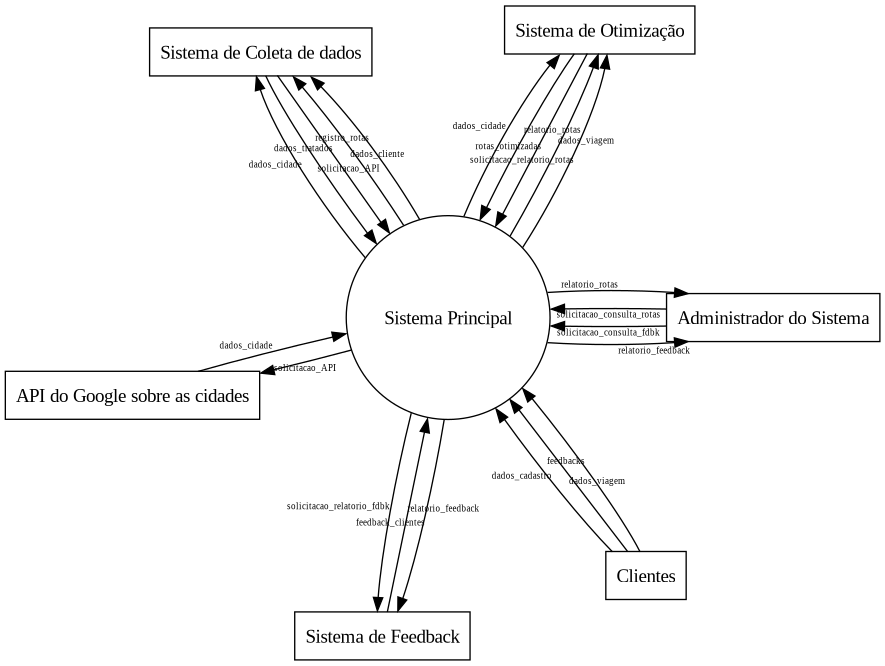
Earlier version of the Graphviz export Relatório/Semana-1/Diagramas/DFD0.png (pedrodilallo/site_turismo_SIG). Its source is kept beside it as Relatório/Semana-1/Diagramas/DFD0.gv.
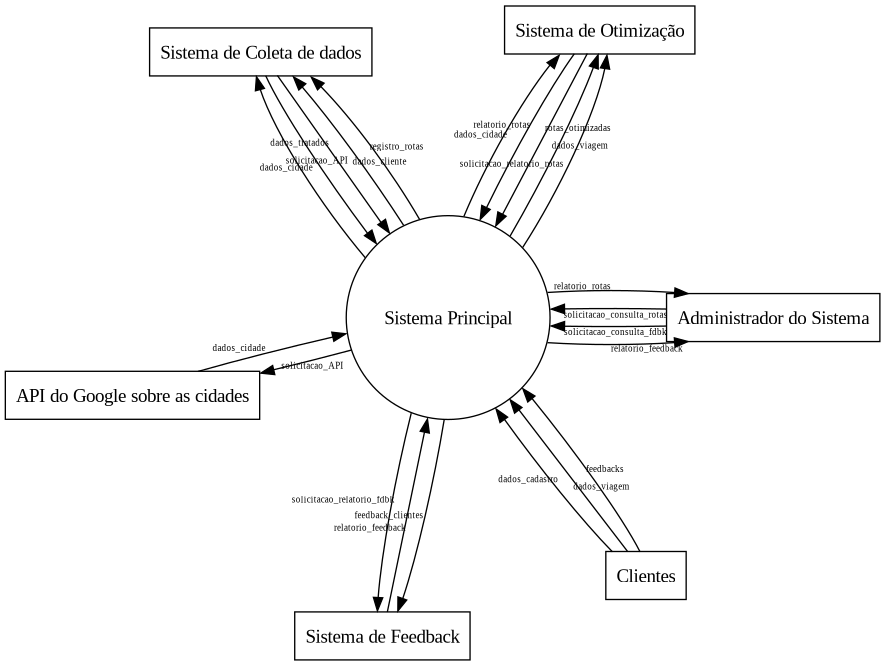
Above is the later version.

Diff of the diagram source:
```diff
@@ -1,9 +1,10 @@
 @startuml
 digraph dfd_nivel0 {
-    layout=circo
-    splines=true; esep=4;
+    layout=circo;
+    splines=ortho;
+    esep=1;
     edge[style=solid, penwidth="1", fontsize=7,labeldistance=0];
-    node[shape = record]
+    node[shape = record];
 
 
 
```
